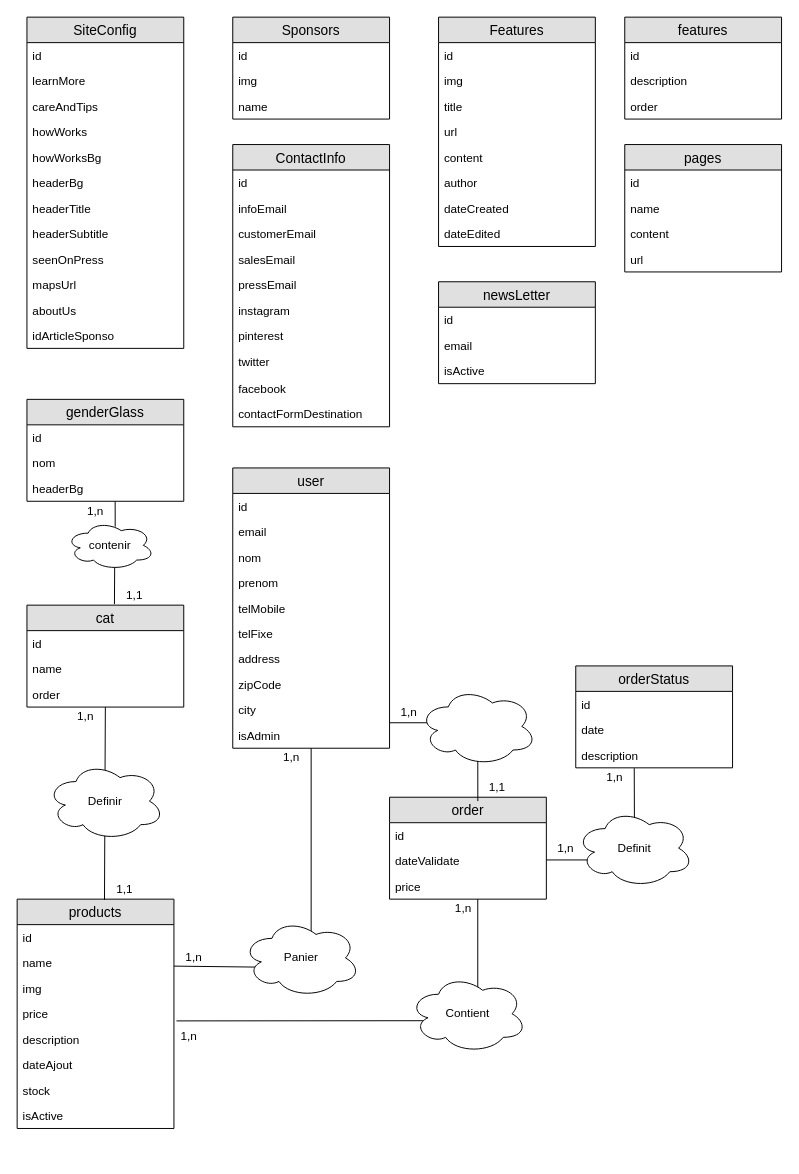
RomualdLewandoski/sf-glass keeps this draw.io diagram as mcd-galss.drawio. Above is the earlier version. Source tidied: cells renumbered, new cells numbered last; positions are measured from the earlier drawing's top-left corner, leaving out a move shared by most shapes. Both pictures are drawn from the tidied source at 98%, with x=0, y=0 at pixel (17, 17).
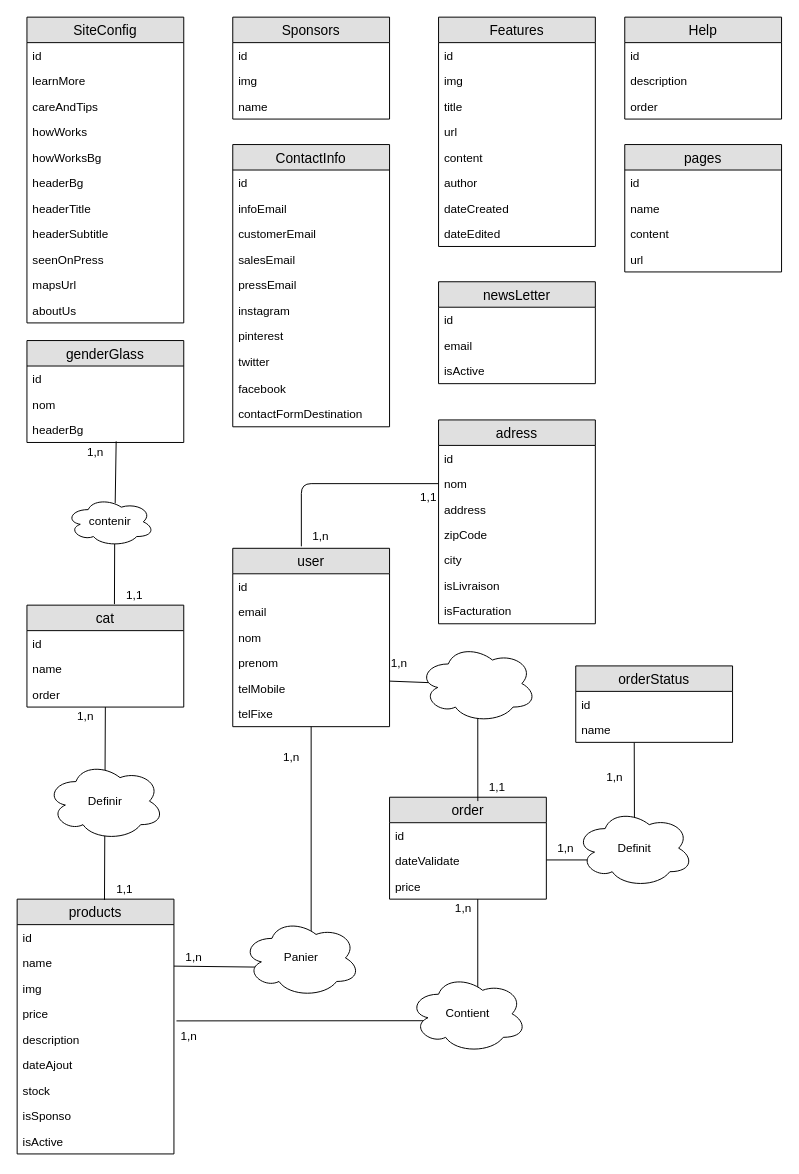
The same diagram, later.

Unchanged cells that the change refers to:
```xml
<mxCell id="42" value="headerBg" style="text;strokeColor=none;fillColor=none;spacingLeft=4;spacingRight=4;overflow=hidden;points=[[0,0.5],[1,0.5]];portConstraint=eastwest;fontSize=12;" parent="39" vertex="1">
  <mxGeometry y="78" width="160" height="26" as="geometry" />
</mxCell>
<mxCell id="70" value="telMobile" style="text;strokeColor=none;fillColor=none;spacingLeft=4;spacingRight=4;overflow=hidden;points=[[0,0.5],[1,0.5]];portConstraint=eastwest;fontSize=12;" parent="65" vertex="1">
  <mxGeometry y="130" width="160" height="26" as="geometry" />
</mxCell>
<mxCell id="93" value="order" style="swimlane;fontStyle=0;horizontal=1;startSize=26;fillColor=#e0e0e0;swimlaneFillColor=#ffffff;align=center;fontSize=14;" parent="1" vertex="1">
  <mxGeometry x="380" y="796" width="160" height="104" as="geometry" />
</mxCell>
```

Diff of the diagram source:
```diff
@@
     <mxCell id="2" value="SiteConfig" style="swimlane;fontStyle=0;horizontal=1;startSize=26;fillColor=#e0e0e0;swimlaneFillColor=#ffffff;align=center;fontSize=14;" parent="1" vertex="1">
-      <mxGeometry x="10" width="160" height="338" as="geometry" />
+      <mxGeometry x="10" width="160" height="312" as="geometry" />
     </mxCell>
@@
-    <mxCell id="14" value="idArticleSponso" style="text;strokeColor=none;fillColor=none;spacingLeft=4;spacingRight=4;overflow=hidden;fontSize=12;" parent="2" vertex="1">
-      <mxGeometry y="312" width="160" height="26" as="geometry" />
-    </mxCell>
@@
     <mxCell id="39" value="genderGlass" style="swimlane;fontStyle=0;horizontal=1;startSize=26;fillColor=#e0e0e0;swimlaneFillColor=#ffffff;align=center;fontSize=14;" parent="1" vertex="1">
-      <mxGeometry x="10" y="390" width="160" height="104" as="geometry" />
+      <mxGeometry x="10" y="330" width="160" height="104" as="geometry" />
     </mxCell>
@@
-    <mxCell id="47" style="endArrow=none;html=1;exitX=0.556;exitY=0.12;exitDx=0;exitDy=0;exitPerimeter=0;" parent="1" edge="1" source="48">
-      <mxGeometry relative="1" as="geometry">
-        <mxPoint x="100" y="494" as="targetPoint" />
-      </mxGeometry>
+    <mxCell id="47" style="endArrow=none;html=1;exitX=0.556;exitY=0.12;exitDx=0;exitDy=0;exitPerimeter=0;entryX=0.569;entryY=0.956;entryDx=0;entryDy=0;entryPerimeter=0;" parent="1" edge="1" source="48" target="42">
+      <mxGeometry relative="1" as="geometry" />
     </mxCell>
     <mxCell id="48" value="contenir" style="ellipse;shape=cloud;whiteSpace=wrap;html=1;" parent="1" vertex="1">
-      <mxGeometry x="50" y="514" width="90" height="50" as="geometry" />
+      <mxGeometry x="50" y="490" width="90" height="50" as="geometry" />
     </mxCell>
@@
     <mxCell id="50" value="1,n" style="text;html=1;strokeColor=none;fillColor=none;align=center;verticalAlign=middle;whiteSpace=wrap;rounded=0;" parent="1" vertex="1">
-      <mxGeometry x="60" y="494" width="40" height="20" as="geometry" />
+      <mxGeometry x="60" y="434" width="40" height="20" as="geometry" />
     </mxCell>
@@
     <mxCell id="52" value="products" style="swimlane;fontStyle=0;horizontal=1;startSize=26;fillColor=#e0e0e0;swimlaneFillColor=#ffffff;align=center;fontSize=14;" parent="1" vertex="1">
-      <mxGeometry y="900" width="160" height="234" as="geometry" />
+      <mxGeometry y="900" width="160" height="260" as="geometry" />
     </mxCell>
@@
+    <mxCell id="113" value="stock" style="text;strokeColor=none;fillColor=none;spacingLeft=4;spacingRight=4;overflow=hidden;fontSize=12;" parent="52" vertex="1">
+      <mxGeometry y="182" width="160" height="26" as="geometry" />
+    </mxCell>
-    <mxCell id="59" value="stock" style="text;strokeColor=none;fillColor=none;spacingLeft=4;spacingRight=4;overflow=hidden;fontSize=12;" parent="52" vertex="1">
-      <mxGeometry y="182" width="160" height="26" as="geometry" />
+    <mxCell id="59" value="isSponso" style="text;strokeColor=none;fillColor=none;spacingLeft=4;spacingRight=4;overflow=hidden;fontSize=12;" parent="52" vertex="1">
+      <mxGeometry y="208" width="160" height="26" as="geometry" />
     </mxCell>
     <mxCell id="60" value="isActive" style="text;strokeColor=none;fillColor=none;spacingLeft=4;spacingRight=4;overflow=hidden;fontSize=12;" parent="52" vertex="1">
-      <mxGeometry y="208" width="160" height="26" as="geometry" />
+      <mxGeometry y="234" width="160" height="26" as="geometry" />
     </mxCell>
@@
     <mxCell id="65" value="user" style="swimlane;fontStyle=0;horizontal=1;startSize=26;fillColor=#e0e0e0;swimlaneFillColor=#ffffff;align=center;fontSize=14;" parent="1" vertex="1">
-      <mxGeometry x="220" y="460" width="160" height="286" as="geometry" />
+      <mxGeometry x="220" y="542" width="160" height="182" as="geometry" />
     </mxCell>
@@
-    <mxCell id="72" value="address" style="text;strokeColor=none;fillColor=none;spacingLeft=4;spacingRight=4;overflow=hidden;fontSize=12;" parent="65" vertex="1">
-      <mxGeometry y="182" width="160" height="26" as="geometry" />
-    </mxCell>
-    <mxCell id="73" value="zipCode" style="text;strokeColor=none;fillColor=none;spacingLeft=4;spacingRight=4;overflow=hidden;fontSize=12;" parent="65" vertex="1">
-      <mxGeometry y="208" width="160" height="26" as="geometry" />
-    </mxCell>
-    <mxCell id="74" value="city" style="text;strokeColor=none;fillColor=none;spacingLeft=4;spacingRight=4;overflow=hidden;fontSize=12;" parent="65" vertex="1">
-      <mxGeometry y="234" width="160" height="26" as="geometry" />
-    </mxCell>
-    <mxCell id="75" value="isAdmin" style="text;strokeColor=none;fillColor=none;spacingLeft=4;spacingRight=4;overflow=hidden;fontSize=12;" parent="65" vertex="1">
-      <mxGeometry y="260" width="160" height="26" as="geometry" />
-    </mxCell>
@@
-    <mxCell id="84" value="features" style="swimlane;fontStyle=0;horizontal=1;startSize=26;fillColor=#e0e0e0;swimlaneFillColor=#ffffff;align=center;fontSize=14;" parent="1" vertex="1">
+    <mxCell id="84" value="Help" style="swimlane;fontStyle=0;horizontal=1;startSize=26;fillColor=#e0e0e0;swimlaneFillColor=#ffffff;align=center;fontSize=14;" parent="1" vertex="1">
       <mxGeometry x="620" width="160" height="104" as="geometry" />
     </mxCell>
@@
-    <mxCell id="97" style="endArrow=none;html=1;entryX=0.563;entryY=0.038;entryDx=0;entryDy=0;entryPerimeter=0;" parent="1" edge="1" target="93">
+    <mxCell id="97" style="endArrow=none;html=1;entryX=0.563;entryY=0.038;entryDx=0;entryDy=0;entryPerimeter=0;exitX=1;exitY=0.212;exitDx=0;exitDy=0;exitPerimeter=0;" parent="1" edge="1" source="70" target="93">
       <mxGeometry relative="1" as="geometry">
-        <mxPoint x="380" y="720" as="sourcePoint" />
         <Array as="points">
-          <mxPoint x="470" y="720" />
+          <mxPoint x="470" y="681" />
         </Array>
       </mxGeometry>
     </mxCell>
     <mxCell id="98" style="ellipse;shape=cloud;whiteSpace=wrap;html=1;" parent="1" vertex="1">
-      <mxGeometry x="410" y="683.8" width="120" height="80" as="geometry" />
+      <mxGeometry x="410" y="640" width="120" height="80" as="geometry" />
     </mxCell>
     <mxCell id="99" value="1,n" style="text;html=1;strokeColor=none;fillColor=none;align=center;verticalAlign=middle;whiteSpace=wrap;rounded=0;" parent="1" vertex="1">
-      <mxGeometry x="380" y="700" width="40" height="20" as="geometry" />
+      <mxGeometry x="370" y="650" width="40" height="20" as="geometry" />
     </mxCell>
@@
     <mxCell id="105" value="orderStatus" style="swimlane;fontStyle=0;horizontal=1;startSize=26;fillColor=#e0e0e0;swimlaneFillColor=#ffffff;align=center;fontSize=14;" parent="1" vertex="1">
-      <mxGeometry x="570" y="662" width="160" height="104" as="geometry" />
+      <mxGeometry x="570" y="662" width="160" height="78" as="geometry" />
     </mxCell>
@@
-    <mxCell id="107" value="date" style="text;strokeColor=none;fillColor=none;spacingLeft=4;spacingRight=4;overflow=hidden;fontSize=12;" parent="105" vertex="1">
-      <mxGeometry y="52" width="160" height="26" as="geometry" />
-    </mxCell>
-    <mxCell id="108" value="description" style="text;strokeColor=none;fillColor=none;spacingLeft=4;spacingRight=4;overflow=hidden;points=[[0,0.5],[1,0.5]];portConstraint=eastwest;fontSize=12;" parent="105" vertex="1">
-      <mxGeometry y="78" width="160" height="26" as="geometry" />
+    <mxCell id="108" value="name" style="text;strokeColor=none;fillColor=none;spacingLeft=4;spacingRight=4;overflow=hidden;points=[[0,0.5],[1,0.5]];portConstraint=eastwest;fontSize=12;" parent="105" vertex="1">
+      <mxGeometry y="52" width="160" height="26" as="geometry" />
     </mxCell>
@@
+    <mxCell id="114" value="adress" style="swimlane;fontStyle=0;horizontal=1;startSize=26;fillColor=#e0e0e0;swimlaneFillColor=#ffffff;align=center;fontSize=14;" parent="1" vertex="1">
+      <mxGeometry x="430" y="411" width="160" height="208" as="geometry" />
+    </mxCell>
+    <mxCell id="115" value="id" style="text;strokeColor=none;fillColor=none;spacingLeft=4;spacingRight=4;overflow=hidden;fontSize=12;" parent="114" vertex="1">
+      <mxGeometry y="26" width="160" height="26" as="geometry" />
+    </mxCell>
+    <mxCell id="116" value="nom" style="text;strokeColor=none;fillColor=none;spacingLeft=4;spacingRight=4;overflow=hidden;points=[[0,0.5],[1,0.5]];portConstraint=eastwest;fontSize=12;" parent="114" vertex="1">
+      <mxGeometry y="52" width="160" height="26" as="geometry" />
+    </mxCell>
+    <mxCell id="72" value="address" style="text;strokeColor=none;fillColor=none;spacingLeft=4;spacingRight=4;overflow=hidden;fontSize=12;" parent="114" vertex="1">
+      <mxGeometry y="78" width="160" height="26" as="geometry" />
+    </mxCell>
+    <mxCell id="73" value="zipCode" style="text;strokeColor=none;fillColor=none;spacingLeft=4;spacingRight=4;overflow=hidden;fontSize=12;" parent="114" vertex="1">
+      <mxGeometry y="104" width="160" height="26" as="geometry" />
+    </mxCell>
+    <mxCell id="74" value="city" style="text;strokeColor=none;fillColor=none;spacingLeft=4;spacingRight=4;overflow=hidden;fontSize=12;" parent="114" vertex="1">
+      <mxGeometry y="130" width="160" height="26" as="geometry" />
+    </mxCell>
+    <mxCell id="117" value="isLivraison" style="text;strokeColor=none;fillColor=none;spacingLeft=4;spacingRight=4;overflow=hidden;fontSize=12;" parent="114" vertex="1">
+      <mxGeometry y="156" width="160" height="26" as="geometry" />
+    </mxCell>
+    <mxCell id="118" value="isFacturation" style="text;strokeColor=none;fillColor=none;spacingLeft=4;spacingRight=4;overflow=hidden;fontSize=12;" parent="114" vertex="1">
+      <mxGeometry y="182" width="160" height="26" as="geometry" />
+    </mxCell>
+    <mxCell id="119" style="endArrow=none;html=1;entryX=0;entryY=0.5;entryDx=0;entryDy=0;" parent="1" edge="1" target="116">
+      <mxGeometry relative="1" as="geometry">
+        <mxPoint x="290" y="540" as="sourcePoint" />
+        <Array as="points">
+          <mxPoint x="290" y="476" />
+        </Array>
+      </mxGeometry>
+    </mxCell>
+    <mxCell id="120" value="1,1" style="text;html=1;strokeColor=none;fillColor=none;align=center;verticalAlign=middle;whiteSpace=wrap;rounded=0;" parent="1" vertex="1">
+      <mxGeometry x="400" y="480" width="40" height="20" as="geometry" />
+    </mxCell>
+    <mxCell id="121" value="1,n" style="text;html=1;strokeColor=none;fillColor=none;align=center;verticalAlign=middle;whiteSpace=wrap;rounded=0;" parent="1" vertex="1">
+      <mxGeometry x="290" y="520" width="40" height="20" as="geometry" />
+    </mxCell>
```
